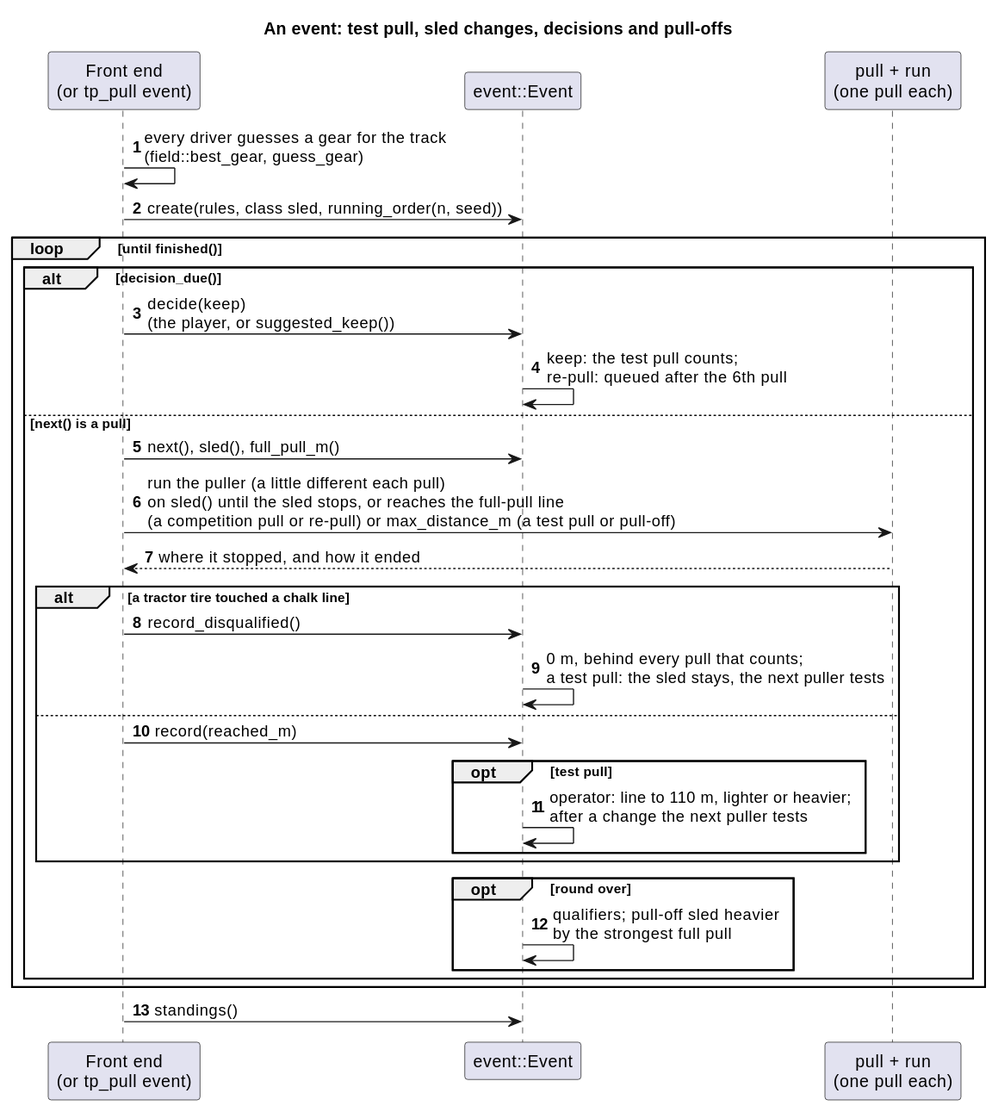
wversteeg/TractorPulling keeps this PlantUML diagram as docs/diagrams/svg/event_sequence.svg. Above is the earlier version.
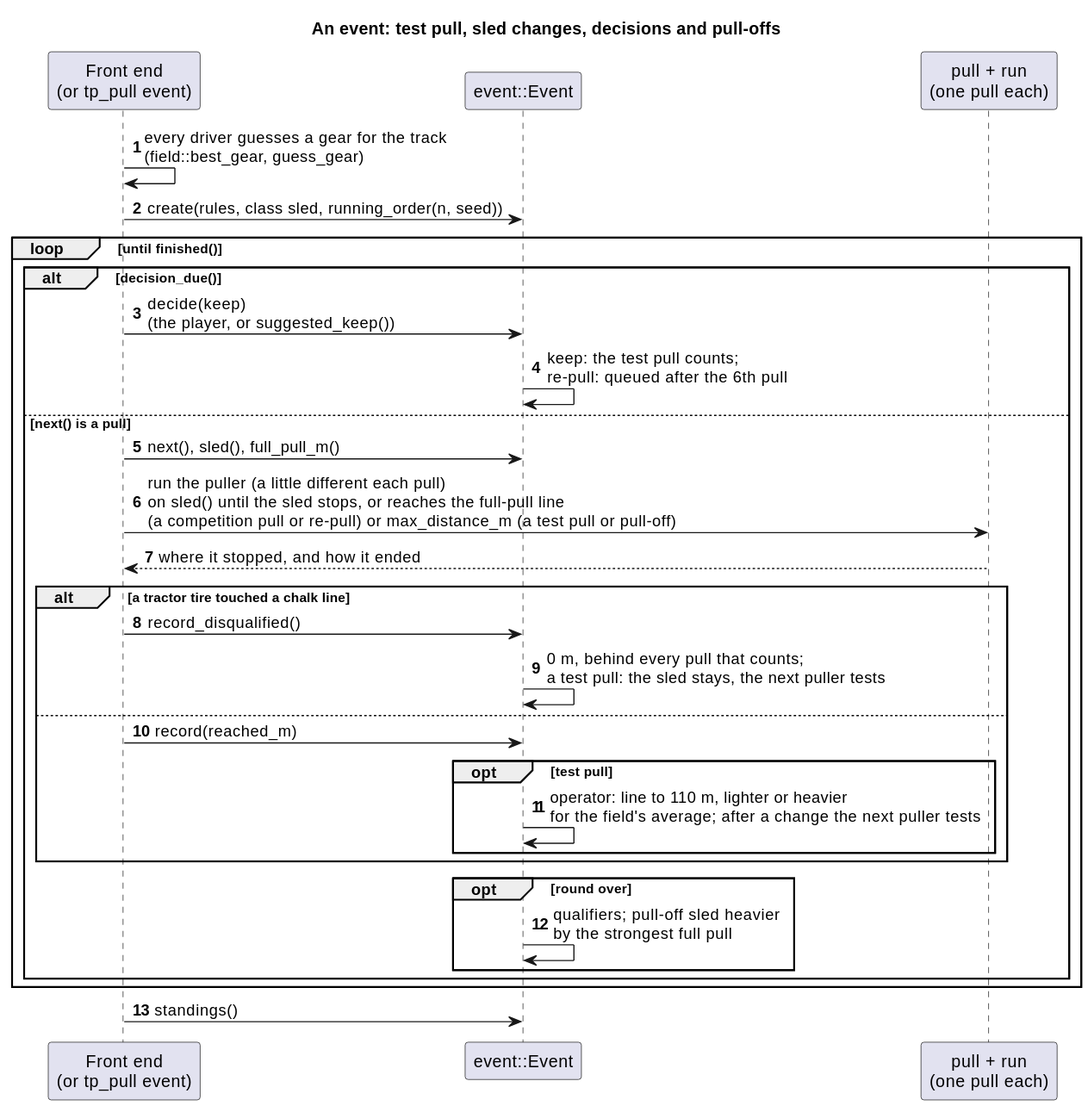
The same file after the commit.

The edit, as a diff of the source:
```diff
@@ -21,7 +21,7 @@
     else
       Caller -> Event : record(reached_m)
       opt test pull
-        Event -> Event : operator: line to 110 m, lighter or heavier;\nafter a change the next puller tests
+        Event -> Event : operator: line to 110 m, lighter or heavier\nfor the field's average; after a change the next puller tests
       end
     end
     opt round over
```
